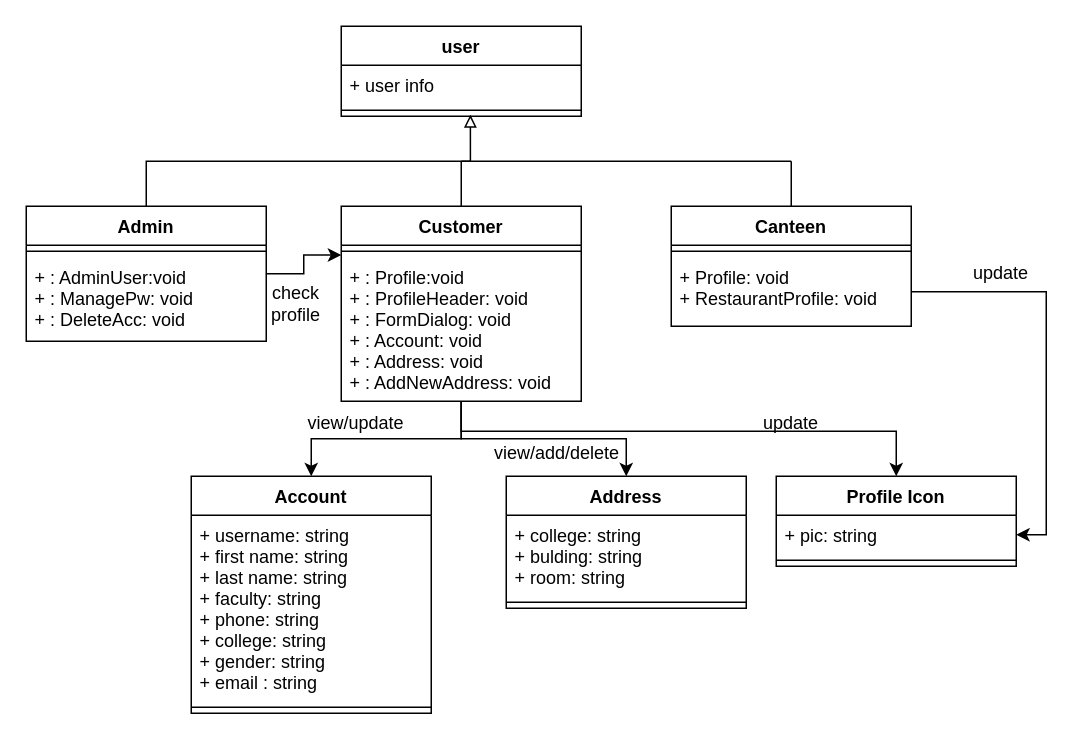
This is Profile Class Diagram.drawio from wkng0/heyy, a draw.io file, before an edit. Source tidied: cells renumbered, new cells numbered last; positions are measured from the earlier drawing's top-left corner, leaving out a move shared by most shapes. Both pictures are drawn from the tidied source at 150%, with x=0, y=0 at pixel (26, 26).
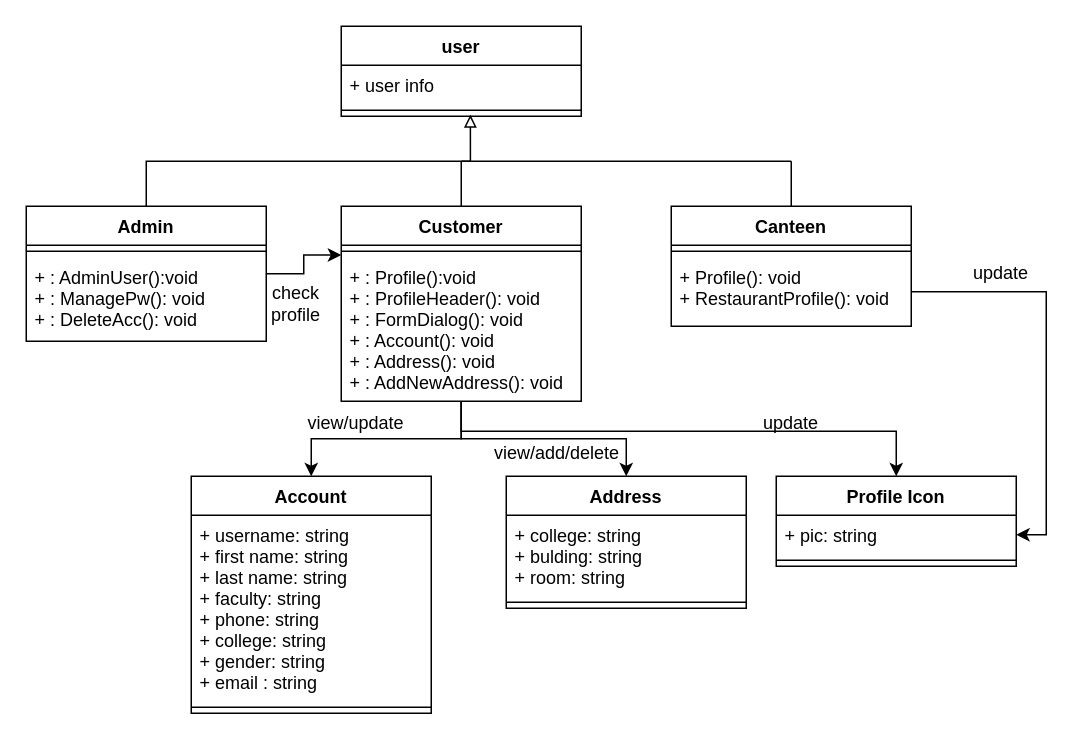
The same diagram, later.

Unchanged cells that the change refers to:
```xml
<mxCell id="7" value="Admin" style="swimlane;fontStyle=1;align=center;verticalAlign=top;horizontal=1;startSize=26;" parent="1" vertex="1">
  <mxGeometry y="120" width="160" height="90" as="geometry" />
</mxCell>
<mxCell id="12" value="Customer" style="swimlane;fontStyle=1;align=center;verticalAlign=top;horizontal=1;startSize=26;" parent="1" vertex="1">
  <mxGeometry x="210" y="120" width="160" height="130" as="geometry" />
</mxCell>
<mxCell id="25" value="Canteen" style="swimlane;fontStyle=1;align=center;verticalAlign=top;horizontal=1;startSize=26;" parent="1" vertex="1">
  <mxGeometry x="430" y="120" width="160" height="80" as="geometry" />
</mxCell>
```

Diff of the diagram source:
```diff
@@
-    <mxCell id="9" value="+ : AdminUser:void&#10;+ : ManagePw: void&#10;+ : DeleteAcc: void" style="text;strokeColor=none;fillColor=none;align=left;verticalAlign=top;spacingLeft=4;spacingRight=4;overflow=hidden;" parent="7" vertex="1">
+    <mxCell id="9" value="+ : AdminUser():void&#10;+ : ManagePw(): void&#10;+ : DeleteAcc(): void" style="text;strokeColor=none;fillColor=none;align=left;verticalAlign=top;spacingLeft=4;spacingRight=4;overflow=hidden;" parent="7" vertex="1">
       <mxGeometry y="34" width="160" height="56" as="geometry" />
     </mxCell>
@@
-    <mxCell id="14" value="+ : Profile:void&#10;+ : ProfileHeader: void&#10;+ : FormDialog: void&#10;+ : Account: void&#10;+ : Address: void&#10;+ : AddNewAddress: void" style="text;strokeColor=none;fillColor=none;align=left;verticalAlign=top;spacingLeft=4;spacingRight=4;overflow=hidden;points=[[0,0.5],[1,0.5]];portConstraint=eastwest;" parent="12" vertex="1">
+    <mxCell id="14" value="+ : Profile():void&#10;+ : ProfileHeader(): void&#10;+ : FormDialog(): void&#10;+ : Account(): void&#10;+ : Address(): void&#10;+ : AddNewAddress(): void" style="text;strokeColor=none;fillColor=none;align=left;verticalAlign=top;spacingLeft=4;spacingRight=4;overflow=hidden;points=[[0,0.5],[1,0.5]];portConstraint=eastwest;" parent="12" vertex="1">
       <mxGeometry y="34" width="160" height="96" as="geometry" />
     </mxCell>
@@
-    <mxCell id="27" value="+ Profile: void&#10;+ RestaurantProfile: void" style="text;strokeColor=none;fillColor=none;align=left;verticalAlign=top;spacingLeft=4;spacingRight=4;overflow=hidden;points=[[0,0.5],[1,0.5]];portConstraint=eastwest;" parent="25" vertex="1">
+    <mxCell id="27" value="+ Profile(): void&#10;+ RestaurantProfile(): void" style="text;strokeColor=none;fillColor=none;align=left;verticalAlign=top;spacingLeft=4;spacingRight=4;overflow=hidden;points=[[0,0.5],[1,0.5]];portConstraint=eastwest;" parent="25" vertex="1">
       <mxGeometry y="34" width="160" height="46" as="geometry" />
     </mxCell>
```
